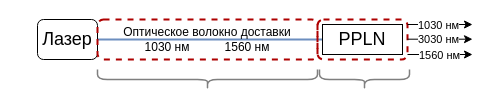
3dsoundfromtagan/Russian-Phd-LaTeX-Dissertation-Template keeps this draw.io diagram as Presentation/images/problem.drawio. Above is the earlier version. Source tidied: cells renumbered, new cells numbered last; positions are measured from the earlier drawing's top-left corner, leaving out a move shared by most shapes. Both pictures are drawn from the tidied source at 100%, with x=0, y=0 at pixel (37, -31).
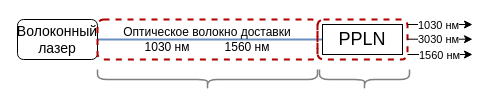
Above is the later version.

Diff of the diagram source:
```diff
@@
 <mxGraphModel>
   <root>
     <mxCell id="0" />
     <mxCell id="1" parent="0" />
     <mxCell id="2" style="edgeStyle=orthogonalEdgeStyle;rounded=0;jettySize=auto;html=1;exitX=1;exitY=0.5;exitDx=0;exitDy=0;entryX=0;entryY=0.5;entryDx=0;entryDy=0;fillColor=#dae8fc;strokeColor=#6c8ebf;endArrow=none;endFill=0;strokeWidth=2;" parent="1" edge="1" source="3" target="6">
       <mxGeometry relative="1" as="geometry" />
     </mxCell>
-    <mxCell id="3" value="&lt;font style=&quot;font-size: 18px;&quot;&gt;Лазер&lt;/font&gt;" style="rounded=1;whiteSpace=wrap;html=1;" parent="1" vertex="1">
-      <mxGeometry y="50" width="60" height="40" as="geometry" />
+    <mxCell id="3" value="&lt;font style=&quot;font-size: 14px;&quot;&gt;Волоконный&lt;/font&gt;&lt;div&gt;&lt;font style=&quot;font-size: 14px;&quot;&gt;лазер&lt;/font&gt;&lt;/div&gt;" style="rounded=1;whiteSpace=wrap;html=1;" parent="1" vertex="1">
+      <mxGeometry x="-20" y="50" width="80" height="40" as="geometry" />
     </mxCell>
     <mxCell id="4" value="Оптическое волокно доставки&lt;div&gt;1030 нм&lt;span style=&quot;white-space: pre;&quot;&gt;&#9;&lt;/span&gt;&lt;span style=&quot;white-space: pre;&quot;&gt;&#9;&lt;/span&gt;1560 нм&lt;/div&gt;" style="whiteSpace=wrap;html=1;rounded=1;dashed=1;fillColor=none;strokeColor=#AE0000;strokeWidth=2;" parent="1" vertex="1">
       <mxGeometry x="60" y="50" width="220" height="40" as="geometry" />
     </mxCell>
     <mxCell id="5" style="whiteSpace=wrap;html=1;rounded=1;dashed=1;fillColor=none;strokeColor=#AE0000;strokeWidth=2;" parent="1" vertex="1">
       <mxGeometry x="280" y="50" width="90" height="40" as="geometry" />
     </mxCell>
     <mxCell id="6" value="&lt;font style=&quot;font-size: 18px;&quot;&gt;PPLN&lt;/font&gt;" style="rounded=0;whiteSpace=wrap;html=1;" parent="1" vertex="1">
       <mxGeometry x="285" y="55" width="80" height="30" as="geometry" />
     </mxCell>
     <mxCell id="7" style="endArrow=classic;html=1;rounded=0;" parent="1" edge="1">
       <mxGeometry relative="1" as="geometry">
         <mxPoint x="370" y="55" as="sourcePoint" />
         <mxPoint x="435" y="55" as="targetPoint" />
       </mxGeometry>
     </mxCell>
     <mxCell id="8" value="1030 нм" style="edgeLabel;html=1;align=center;verticalAlign=middle;" parent="7" vertex="1">
       <mxGeometry x="0.1" y="2" relative="1" as="geometry">
         <mxPoint x="-6" y="2" as="offset" />
       </mxGeometry>
     </mxCell>
     <mxCell id="9" style="endArrow=classic;html=1;rounded=0;" parent="1" edge="1">
       <mxGeometry relative="1" as="geometry">
         <mxPoint x="370" y="69.7" as="sourcePoint" />
         <mxPoint x="435" y="69.7" as="targetPoint" />
       </mxGeometry>
     </mxCell>
     <mxCell id="10" value="3030 нм" style="edgeLabel;html=1;align=center;verticalAlign=middle;" parent="9" vertex="1">
       <mxGeometry x="0.1" y="2" relative="1" as="geometry">
         <mxPoint x="-6" y="2" as="offset" />
       </mxGeometry>
     </mxCell>
     <mxCell id="11" style="endArrow=classic;html=1;rounded=0;" parent="1" edge="1">
       <mxGeometry relative="1" as="geometry">
         <mxPoint x="370" y="85" as="sourcePoint" />
         <mxPoint x="435" y="85" as="targetPoint" />
       </mxGeometry>
     </mxCell>
     <mxCell id="12" value="1560 нм" style="edgeLabel;html=1;align=center;verticalAlign=middle;" parent="11" vertex="1">
       <mxGeometry x="0.31" y="-1" relative="1" as="geometry">
         <mxPoint x="-12" y="-1" as="offset" />
       </mxGeometry>
     </mxCell>
     <mxCell id="13" style="shape=curlyBracket;whiteSpace=wrap;html=1;rounded=1;flipH=1;labelPosition=right;verticalLabelPosition=middle;align=left;verticalAlign=middle;legacyAnchorPoints=0;rotation=90;size=0.5;strokeWidth=1.5;opacity=50;" parent="1" vertex="1">
       <mxGeometry x="160" width="20" height="220" as="geometry" />
     </mxCell>
     <mxCell id="14" style="shape=curlyBracket;whiteSpace=wrap;html=1;rounded=1;flipH=1;labelPosition=right;verticalLabelPosition=middle;align=left;verticalAlign=middle;legacyAnchorPoints=0;rotation=90;size=0.5;strokeWidth=1.5;opacity=50;" parent="1" vertex="1">
       <mxGeometry x="317" y="65" width="20" height="90" as="geometry" />
     </mxCell>
   </root>
 </mxGraphModel>
```
